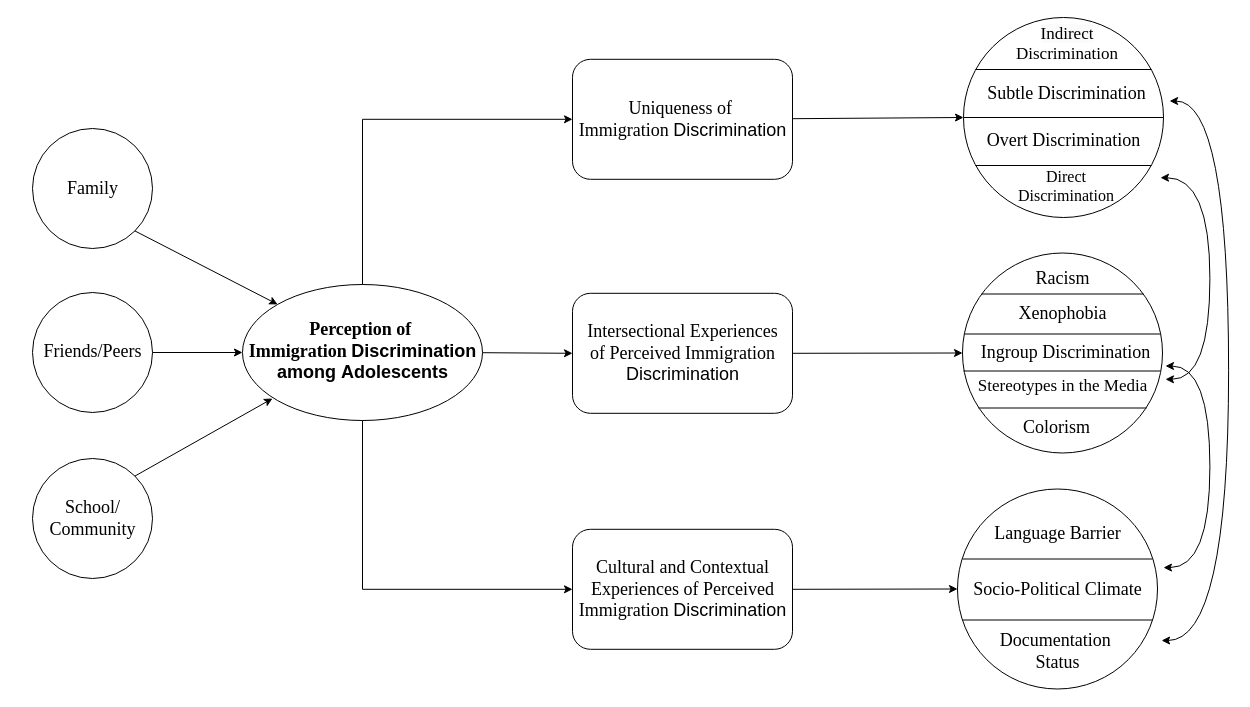
jnisac/hello-world keeps this draw.io diagram as Immigration Qual Diagram.drawio. Above is the earlier version. Source tidied: cells renumbered, new cells numbered last; positions are measured from the earlier drawing's top-left corner, leaving out a move shared by most shapes. Both pictures are drawn from the tidied source at 100%, with x=0, y=0 at pixel (32, 17).
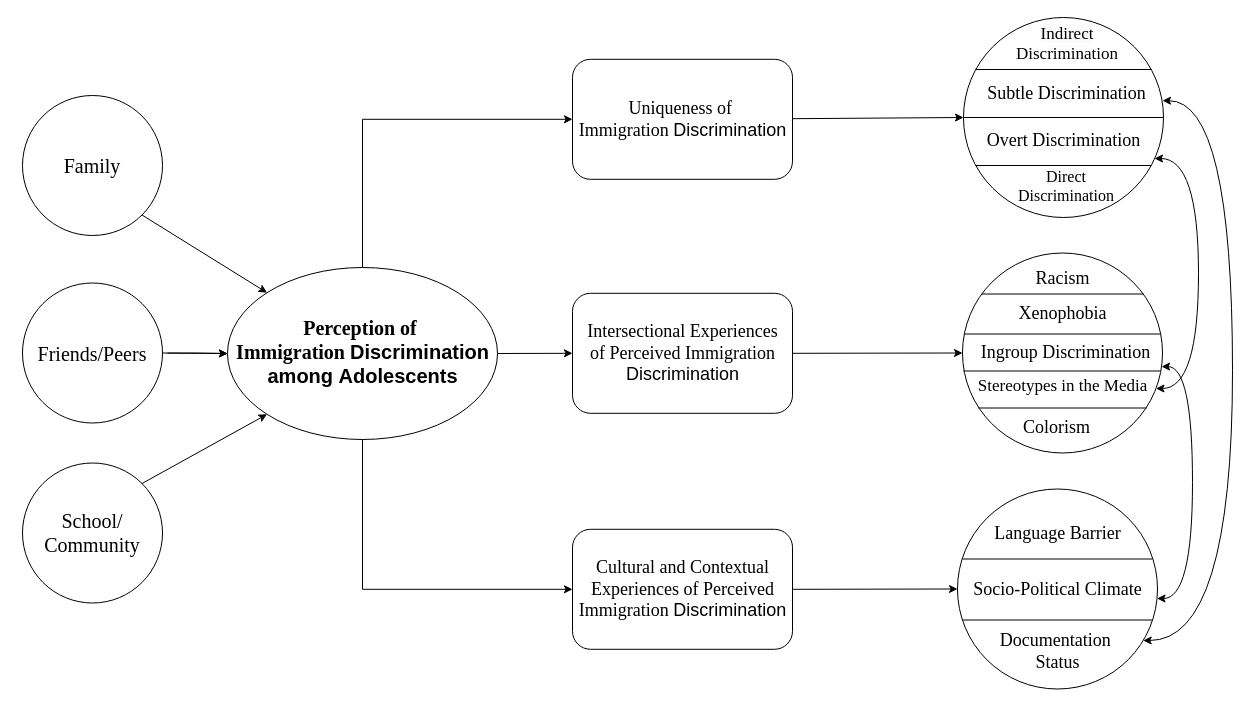
The same page after the edit.

The change refers to these unchanged cells:
```xml
<mxCell id="5" style="ellipse;whiteSpace=wrap;html=1;" parent="1" vertex="1">
  <mxGeometry x="930" y="235.5" width="200" height="200" as="geometry" />
</mxCell>
<mxCell id="6" style="ellipse;whiteSpace=wrap;html=1;" parent="1" vertex="1">
  <mxGeometry x="931" width="200" height="200" as="geometry" />
</mxCell>
<mxCell id="7" style="ellipse;whiteSpace=wrap;html=1;" parent="1" vertex="1">
  <mxGeometry x="925" y="471.5" width="200" height="200" as="geometry" />
</mxCell>
<mxCell id="8" style="rounded=1;whiteSpace=wrap;html=1;" parent="1" vertex="1">
  <mxGeometry x="540" y="275.8" width="220" height="120" as="geometry" />
</mxCell>
<mxCell id="46" value="&lt;font face=&quot;Times New Roman&quot; style=&quot;font-size: 18px;&quot;&gt;Ingroup Discrimination&lt;/font&gt;" style="text;strokeColor=none;fillColor=none;html=1;fontSize=16;fontStyle=0;verticalAlign=middle;align=center;" parent="1" vertex="1">
  <mxGeometry x="937.5" y="314" width="191" height="41" as="geometry" />
</mxCell>
```

Change to the diagram source:
```diff
@@
     <mxCell id="2" style="ellipse;whiteSpace=wrap;html=1;" parent="1" vertex="1">
-      <mxGeometry x="210" y="267" width="240" height="136" as="geometry" />
+      <mxGeometry x="195" y="250" width="270" height="172" as="geometry" />
     </mxCell>
-    <mxCell id="3" style="ellipse;whiteSpace=wrap;html=1;" parent="1" vertex="1">
-      <mxGeometry y="111" width="120" height="120" as="geometry" />
-    </mxCell>
@@
-    <mxCell id="10" style="ellipse;whiteSpace=wrap;html=1;" parent="1" vertex="1">
-      <mxGeometry y="275" width="120" height="120" as="geometry" />
-    </mxCell>
-    <mxCell id="11" style="ellipse;whiteSpace=wrap;html=1;" parent="1" vertex="1">
-      <mxGeometry y="441" width="120" height="120" as="geometry" />
-    </mxCell>
@@
-    <mxCell id="15" style="endArrow=classic;html=1;rounded=0;exitX=1;exitY=0.5;exitDx=0;exitDy=0;entryX=0;entryY=0.5;entryDx=0;entryDy=0;" parent="1" edge="1" target="8">
-      <mxGeometry relative="1" as="geometry">
-        <mxPoint x="450" y="335.2" as="sourcePoint" />
-      </mxGeometry>
+    <mxCell id="15" style="endArrow=classic;html=1;rounded=0;exitX=1;exitY=0.5;exitDx=0;exitDy=0;entryX=0;entryY=0.5;entryDx=0;entryDy=0;" parent="1" edge="1" source="2" target="8">
+      <mxGeometry relative="1" as="geometry" />
     </mxCell>
@@
-    <mxCell id="18" style="endArrow=classic;html=1;rounded=0;exitX=1;exitY=0.5;exitDx=0;exitDy=0;entryX=0;entryY=0.5;entryDx=0;entryDy=0;" parent="1" edge="1" source="10" target="2">
+    <mxCell id="18" style="endArrow=classic;html=1;rounded=0;exitX=1;exitY=0.5;exitDx=0;exitDy=0;entryX=0;entryY=0.5;entryDx=0;entryDy=0;" parent="1" edge="1" source="53" target="2">
       <mxGeometry relative="1" as="geometry" />
     </mxCell>
-    <mxCell id="19" style="endArrow=classic;html=1;rounded=0;exitX=1;exitY=0;exitDx=0;exitDy=0;" parent="1" edge="1" source="11">
-      <mxGeometry relative="1" as="geometry">
-        <mxPoint x="240" y="381" as="targetPoint" />
-      </mxGeometry>
+    <mxCell id="19" style="endArrow=classic;html=1;rounded=0;exitX=1;exitY=0;exitDx=0;exitDy=0;entryX=0;entryY=1;entryDx=0;entryDy=0;" parent="1" edge="1" source="56" target="2">
+      <mxGeometry relative="1" as="geometry" />
     </mxCell>
-    <mxCell id="20" style="endArrow=classic;html=1;rounded=0;exitX=1;exitY=1;exitDx=0;exitDy=0;entryX=0;entryY=0;entryDx=0;entryDy=0;" parent="1" edge="1" source="3" target="2">
+    <mxCell id="20" style="endArrow=classic;html=1;rounded=0;exitX=1;exitY=1;exitDx=0;exitDy=0;entryX=0;entryY=0;entryDx=0;entryDy=0;" parent="1" edge="1" source="54" target="2">
       <mxGeometry relative="1" as="geometry" />
     </mxCell>
-    <mxCell id="21" value="&lt;font style=&quot;font-size: 18px;&quot; face=&quot;Times New Roman&quot;&gt;Perception of&amp;nbsp;&lt;/font&gt;&lt;div style=&quot;font-size: 18px;&quot;&gt;&lt;font style=&quot;font-size: 18px;&quot;&gt;&lt;font style=&quot;font-size: 18px;&quot; face=&quot;Times New Roman&quot;&gt;Immigration&amp;nbsp;&lt;/font&gt;&lt;span style=&quot;font-family: jk4Szua_Z0j4yDkiBy7d;&quot;&gt;Discrimination&lt;/span&gt;&lt;/font&gt;&lt;/div&gt;&lt;div style=&quot;font-size: 18px;&quot;&gt;&lt;font style=&quot;font-size: 18px;&quot;&gt;&lt;span style=&quot;font-family: jk4Szua_Z0j4yDkiBy7d;&quot;&gt;among&amp;nbsp;&lt;/span&gt;&lt;span style=&quot;font-family: jk4Szua_Z0j4yDkiBy7d;&quot;&gt;Adolescents&lt;/span&gt;&lt;/font&gt;&lt;/div&gt;" style="text;strokeColor=none;fillColor=none;html=1;fontSize=16;fontStyle=1;verticalAlign=middle;align=center;" parent="1" vertex="1">
+    <mxCell id="21" value="&lt;font style=&quot;font-size: 20px;&quot; face=&quot;Times New Roman&quot;&gt;Perception of&amp;nbsp;&lt;/font&gt;&lt;div style=&quot;font-size: 20px;&quot;&gt;&lt;font style=&quot;font-size: 20px;&quot;&gt;&lt;font style=&quot;font-size: 20px;&quot; face=&quot;Times New Roman&quot;&gt;Immigration&amp;nbsp;&lt;/font&gt;&lt;span style=&quot;font-family: jk4Szua_Z0j4yDkiBy7d; font-size: 20px;&quot;&gt;Discrimination&lt;/span&gt;&lt;/font&gt;&lt;/div&gt;&lt;div style=&quot;font-size: 20px;&quot;&gt;&lt;font style=&quot;font-size: 20px;&quot;&gt;&lt;span style=&quot;font-family: jk4Szua_Z0j4yDkiBy7d; font-size: 20px;&quot;&gt;among&amp;nbsp;&lt;/span&gt;&lt;span style=&quot;font-family: jk4Szua_Z0j4yDkiBy7d; font-size: 20px;&quot;&gt;Adolescents&lt;/span&gt;&lt;/font&gt;&lt;/div&gt;" style="text;strokeColor=none;fillColor=none;html=1;fontSize=20;fontStyle=1;verticalAlign=middle;align=center;" parent="1" vertex="1">
       <mxGeometry x="210" y="291" width="240" height="86" as="geometry" />
     </mxCell>
@@
-    <mxCell id="23" value="&lt;font face=&quot;Times New Roman&quot; style=&quot;font-size: 18px;&quot;&gt;Family&lt;/font&gt;" style="text;strokeColor=none;fillColor=none;html=1;fontSize=16;fontStyle=0;verticalAlign=middle;align=center;" parent="1" vertex="1">
-      <mxGeometry x="15" y="148" width="90" height="46" as="geometry" />
-    </mxCell>
-    <mxCell id="24" value="&lt;font face=&quot;Times New Roman&quot; style=&quot;font-size: 18px;&quot;&gt;Friends/Peers&lt;/font&gt;" style="text;strokeColor=none;fillColor=none;html=1;fontSize=16;fontStyle=0;verticalAlign=middle;align=center;" parent="1" vertex="1">
-      <mxGeometry x="15" y="311" width="90" height="46" as="geometry" />
-    </mxCell>
-    <mxCell id="25" value="&lt;font face=&quot;Times New Roman&quot; style=&quot;font-size: 18px;&quot;&gt;School/&lt;/font&gt;&lt;div&gt;&lt;font face=&quot;Times New Roman&quot; style=&quot;font-size: 18px;&quot;&gt;Community&lt;/font&gt;&lt;/div&gt;" style="text;strokeColor=none;fillColor=none;html=1;fontSize=16;fontStyle=0;verticalAlign=middle;align=center;" parent="1" vertex="1">
-      <mxGeometry x="15" y="478" width="90" height="46" as="geometry" />
-    </mxCell>
@@
-    <mxCell id="49" style="endArrow=classic;startArrow=classic;html=1;rounded=0;edgeStyle=orthogonalEdgeStyle;curved=1;" parent="1" edge="1">
+    <mxCell id="49" style="endArrow=classic;startArrow=classic;html=1;rounded=0;edgeStyle=orthogonalEdgeStyle;curved=1;exitX=1.003;exitY=0.856;exitDx=0;exitDy=0;exitPerimeter=0;" parent="1" edge="1" source="46" target="7">
       <mxGeometry relative="1" as="geometry">
-        <mxPoint x="1133" y="348.5" as="sourcePoint" />
-        <mxPoint x="1131" y="550.1" as="targetPoint" />
         <Array as="points">
-          <mxPoint x="1177.4" y="348.5" />
-          <mxPoint x="1177.4" y="549.5" />
+          <mxPoint x="1160" y="349" />
+          <mxPoint x="1160" y="581" />
         </Array>
       </mxGeometry>
     </mxCell>
-    <mxCell id="50" style="endArrow=classic;startArrow=classic;html=1;rounded=0;edgeStyle=orthogonalEdgeStyle;curved=1;" parent="1" edge="1">
-      <mxGeometry relative="1" as="geometry">
-        <mxPoint x="1128" y="160.2" as="sourcePoint" />
-        <mxPoint x="1133" y="361.8" as="targetPoint" />
-        <Array as="points">
-          <mxPoint x="1177.4" y="160.2" />
-          <mxPoint x="1177.4" y="361.2" />
-        </Array>
-      </mxGeometry>
-    </mxCell>
-    <mxCell id="51" style="endArrow=classic;startArrow=classic;html=1;rounded=0;edgeStyle=orthogonalEdgeStyle;curved=1;" parent="1" edge="1">
+    <mxCell id="51" style="endArrow=classic;startArrow=classic;html=1;rounded=0;edgeStyle=orthogonalEdgeStyle;curved=1;exitX=0.995;exitY=0.416;exitDx=0;exitDy=0;exitPerimeter=0;" parent="1" edge="1" source="6" target="7">
       <mxGeometry relative="1" as="geometry">
-        <mxPoint x="1137.1" y="83.5" as="sourcePoint" />
-        <mxPoint x="1129.1" y="623" as="targetPoint" />
         <Array as="points">
-          <mxPoint x="1196.1" y="83.5" />
-          <mxPoint x="1196.1" y="623.5" />
+          <mxPoint x="1200" y="83" />
+          <mxPoint x="1200" y="623" />
         </Array>
       </mxGeometry>
     </mxCell>
+    <mxCell id="52" style="endArrow=classic;startArrow=classic;html=1;rounded=0;edgeStyle=orthogonalEdgeStyle;curved=1;" parent="1" edge="1" target="5">
+      <mxGeometry relative="1" as="geometry">
+        <mxPoint x="1122" y="141" as="sourcePoint" />
+        <Array as="points">
+          <mxPoint x="1166" y="141" />
+          <mxPoint x="1166" y="371" />
+        </Array>
+      </mxGeometry>
+    </mxCell>
+    <mxCell id="53" style="ellipse;whiteSpace=wrap;html=1;" parent="1" vertex="1">
+      <mxGeometry x="-10" y="265.5" width="140" height="140" as="geometry" />
+    </mxCell>
+    <mxCell id="54" style="ellipse;whiteSpace=wrap;html=1;" parent="1" vertex="1">
+      <mxGeometry x="-10" y="78" width="140" height="140" as="geometry" />
+    </mxCell>
+    <mxCell id="55" style="edgeStyle=orthogonalEdgeStyle;rounded=0;jettySize=auto;html=1;" parent="1" edge="1" source="24" target="2">
+      <mxGeometry relative="1" as="geometry" />
+    </mxCell>
+    <mxCell id="24" value="Friends/Peers" style="text;html=1;align=center;verticalAlign=middle;whiteSpace=wrap;rounded=0;fontFamily=Times New Roman;fontSize=20;" parent="1" vertex="1">
+      <mxGeometry x="-15" y="310.8" width="150" height="49.5" as="geometry" />
+    </mxCell>
+    <mxCell id="56" style="ellipse;whiteSpace=wrap;html=1;" parent="1" vertex="1">
+      <mxGeometry x="-10" y="445.5" width="140" height="140" as="geometry" />
+    </mxCell>
+    <mxCell id="23" value="Family" style="text;html=1;align=center;verticalAlign=middle;whiteSpace=wrap;rounded=0;fontFamily=Times New Roman;fontSize=20;" parent="1" vertex="1">
+      <mxGeometry x="30" y="133" width="60" height="30" as="geometry" />
+    </mxCell>
+    <mxCell id="25" value="School/&lt;div&gt;Community&lt;/div&gt;" style="text;html=1;align=center;verticalAlign=middle;whiteSpace=wrap;rounded=0;fontFamily=Times New Roman;fontSize=20;" parent="1" vertex="1">
+      <mxGeometry x="-5" y="484.2" width="130" height="62.2" as="geometry" />
+    </mxCell>
```
